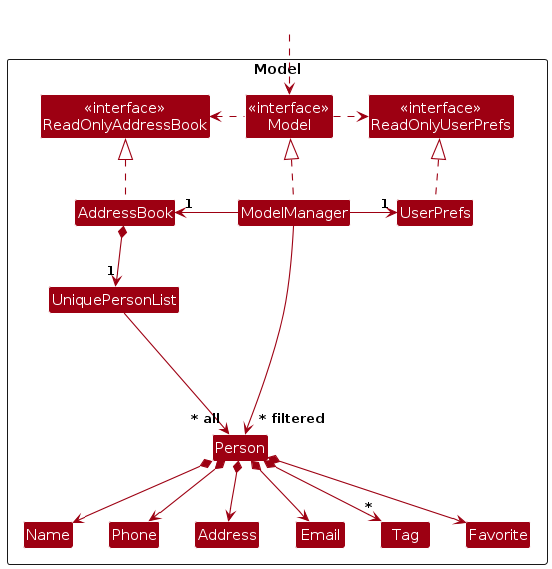
The PlantUML diagram diagrams/ModelClassDiagram.png in Jalenleeruixian/tp, before a commit. Its source is kept beside it as diagrams/ModelClassDiagram.puml. Its diagram source:
```plantuml
@startuml
!include style.puml
skinparam arrowThickness 1.1
skinparam arrowColor MODEL_COLOR
skinparam classBackgroundColor MODEL_COLOR

Package Model as ModelPackage <<Rectangle>>{
Class "<<interface>>\nReadOnlyAddressBook" as ReadOnlyAddressBook
Class "<<interface>>\nReadOnlyUserPrefs" as ReadOnlyUserPrefs
Class "<<interface>>\nModel" as Model
Class AddressBook
Class ModelManager
Class UserPrefs

Class UniquePersonList
Class Person{
+boolean isFavorite
}
Class Address
Class Email
Class Name
Class Phone
Class Tag
Class Favorite

Class I #FFFFFF
}

Class HiddenOutside #FFFFFF
HiddenOutside ..> Model

AddressBook .up.|> ReadOnlyAddressBook

ModelManager .up.|> Model
Model .right.> ReadOnlyUserPrefs
Model .left.> ReadOnlyAddressBook
ModelManager -left-> "1" AddressBook
ModelManager -right-> "1" UserPrefs
UserPrefs .up.|> ReadOnlyUserPrefs

AddressBook *--> "1" UniquePersonList
UniquePersonList --> "~* all" Person
Person *--> Name
Person *--> Phone
Person *--> Email
Person *--> Address
Person *--> "*" Tag
Person *--> Favorite

Person -[hidden]up--> I
UniquePersonList -[hidden]right-> I

Name -[hidden]right-> Phone
Phone -[hidden]right-> Address
Address -[hidden]right-> Email

ModelManager --> "~* filtered" Person
@enduml
```
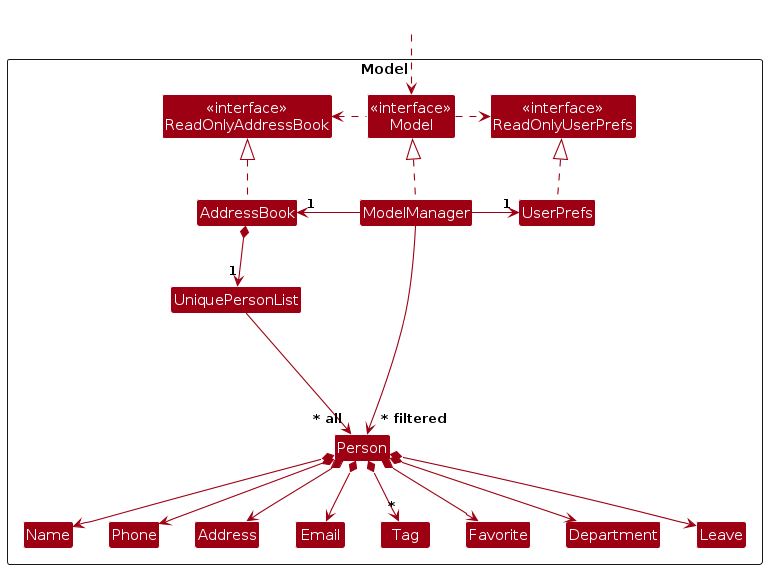
After the change.

Change to the diagram source:
```diff
@@ -22,6 +22,8 @@
 Class Phone
 Class Tag
 Class Favorite
+Class Department
+Class Leave
 
 Class I #FFFFFF
 }
@@ -46,6 +48,8 @@
 Person *--> Address
 Person *--> "*" Tag
 Person *--> Favorite
+Person *--> Department
+Person *--> Leave
 
 Person -[hidden]up--> I
 UniquePersonList -[hidden]right-> I
```
